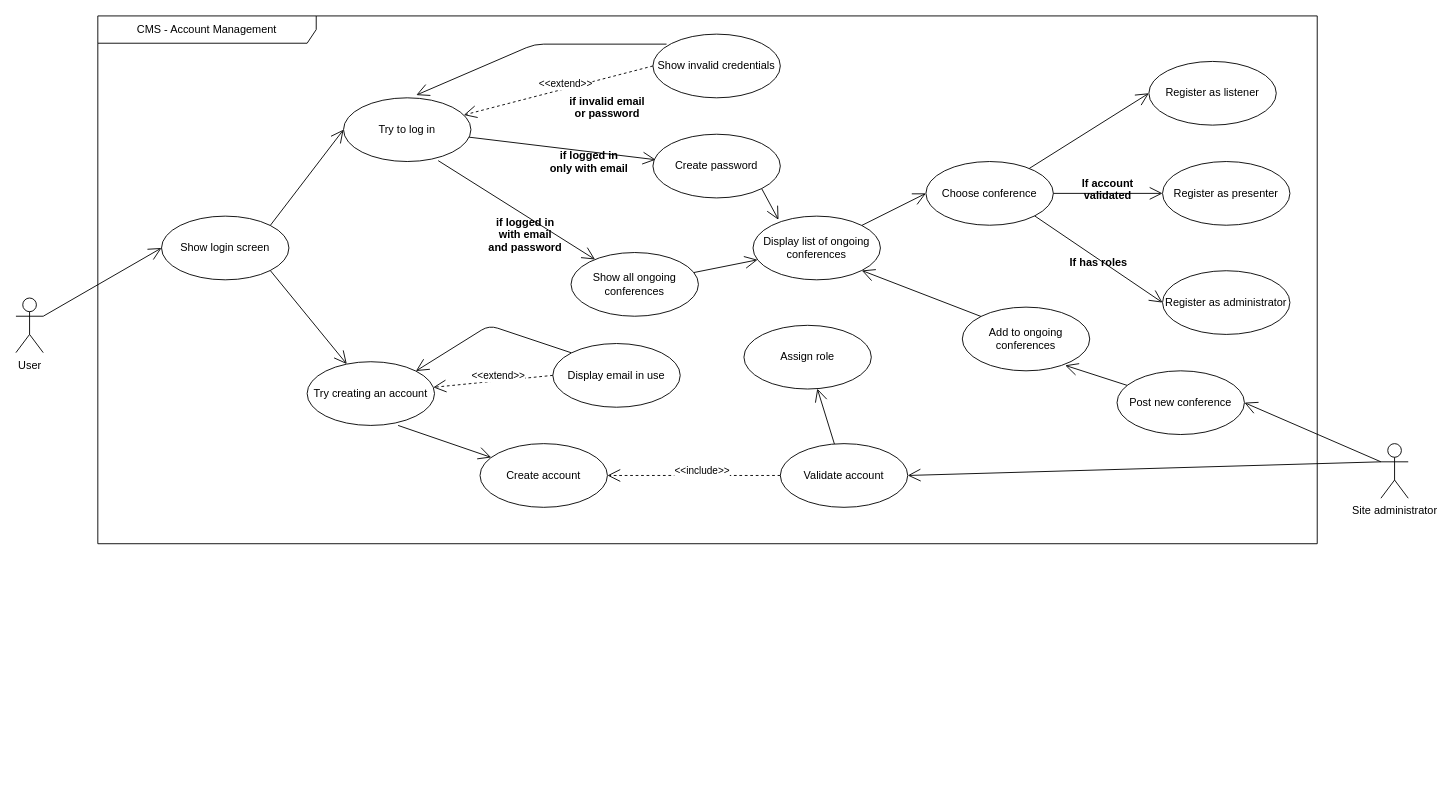
raresica1234/ATAR-SE keeps this draw.io diagram as Documentation/Diagrams/Case/AccountManagementCase.drawio. Above is the earlier version. Source tidied: cells renumbered, new cells numbered last; positions are measured from the earlier drawing's top-left corner, leaving out a move shared by most shapes. Both pictures are drawn from the tidied source at 91%, with x=0, y=0 at pixel (15, 15).
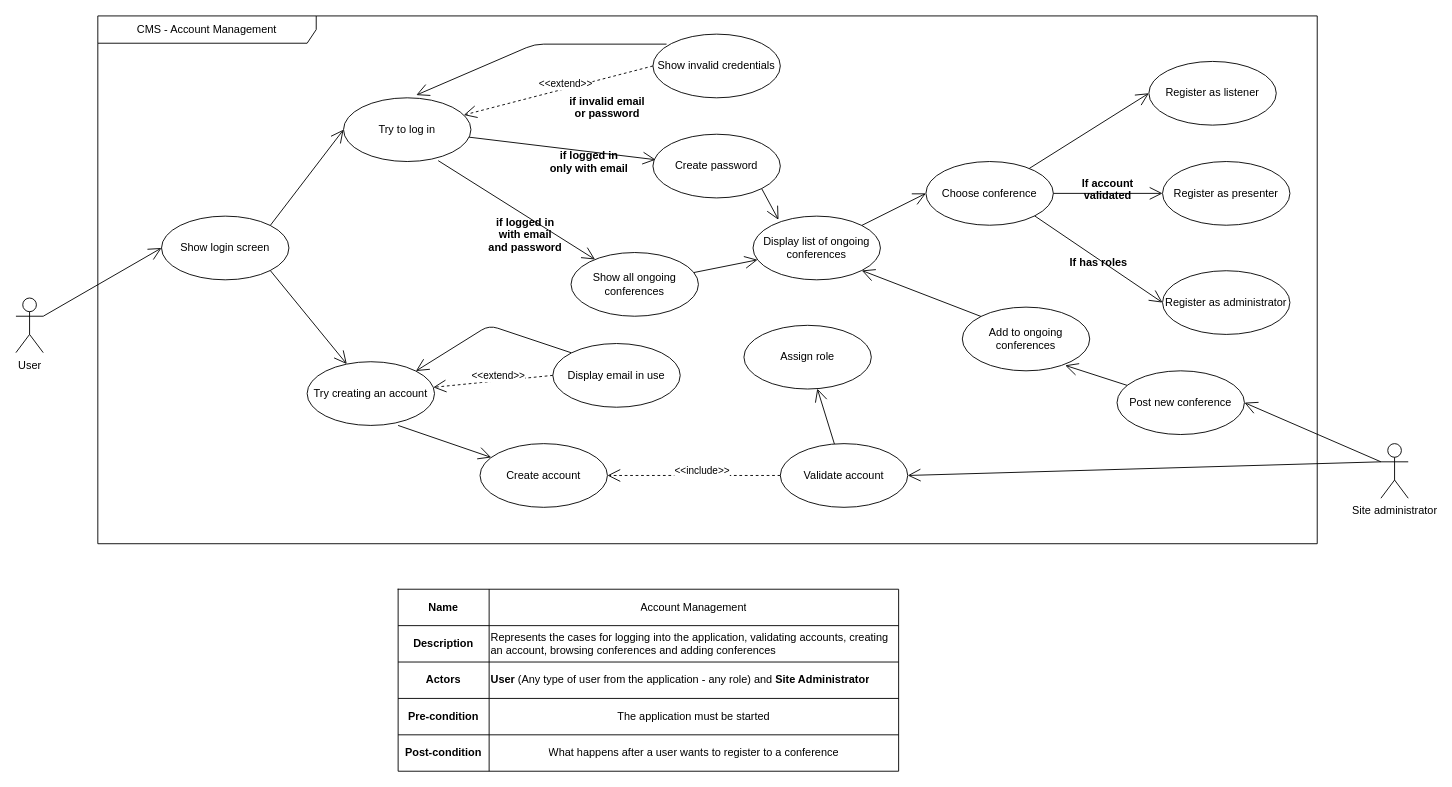
The same page after the edit.

Commit message:
Add use case description

Diff of the diagram source:
```diff
@@
+    <mxCell id="49" style="shape=table;html=1;whiteSpace=wrap;startSize=0;childLayout=tableLayout;" parent="1" vertex="1">
+      <mxGeometry x="420" y="630" width="550" height="200" as="geometry" />
+    </mxCell>
+    <mxCell id="50" style="shape=partialRectangle;html=1;whiteSpace=wrap;fillColor=none;top=0;left=0;bottom=0;right=0;" parent="49" vertex="1">
+      <mxGeometry width="550" height="40" as="geometry" />
+    </mxCell>
+    <mxCell id="51" value="&lt;b&gt;Name&lt;/b&gt;" style="shape=partialRectangle;html=1;whiteSpace=wrap;overflow=hidden;fillColor=none;top=0;left=0;bottom=0;right=0;" parent="50" vertex="1">
+      <mxGeometry width="100" height="40" as="geometry" />
+    </mxCell>
+    <mxCell id="52" value="Account Management" style="shape=partialRectangle;html=1;whiteSpace=wrap;overflow=hidden;fillColor=none;top=0;left=0;bottom=0;right=0;" parent="50" vertex="1">
+      <mxGeometry x="100" width="450" height="40" as="geometry" />
+    </mxCell>
+    <mxCell id="53" style="shape=partialRectangle;html=1;whiteSpace=wrap;fillColor=none;top=0;left=0;bottom=0;right=0;" parent="49" vertex="1">
+      <mxGeometry y="40" width="550" height="40" as="geometry" />
+    </mxCell>
+    <mxCell id="54" value="&lt;b&gt;Description&lt;/b&gt;" style="shape=partialRectangle;html=1;whiteSpace=wrap;overflow=hidden;fillColor=none;top=0;left=0;bottom=0;right=0;" parent="53" vertex="1">
+      <mxGeometry width="100" height="40" as="geometry" />
+    </mxCell>
+    <mxCell id="55" value="Represents the cases for logging into the application, validating accounts, creating an account, browsing conferences and adding conferences" style="shape=partialRectangle;html=1;whiteSpace=wrap;overflow=hidden;fillColor=none;top=0;left=0;bottom=0;right=0;align=left;" parent="53" vertex="1">
+      <mxGeometry x="100" width="450" height="40" as="geometry" />
+    </mxCell>
+    <mxCell id="56" style="shape=partialRectangle;html=1;whiteSpace=wrap;fillColor=none;top=0;left=0;bottom=0;right=0;" parent="49" vertex="1">
+      <mxGeometry y="80" width="550" height="40" as="geometry" />
+    </mxCell>
+    <mxCell id="57" value="&lt;b&gt;Actors&lt;/b&gt;" style="shape=partialRectangle;html=1;whiteSpace=wrap;overflow=hidden;fillColor=none;top=0;left=0;bottom=0;right=0;" parent="56" vertex="1">
+      <mxGeometry width="100" height="40" as="geometry" />
+    </mxCell>
+    <mxCell id="58" value="&lt;b&gt;User&lt;/b&gt; (Any type of user from the application - any role) and &lt;b&gt;Site Administrator&lt;/b&gt;" style="shape=partialRectangle;html=1;whiteSpace=wrap;overflow=hidden;fillColor=none;top=0;left=0;bottom=0;right=0;align=left;" parent="56" vertex="1">
+      <mxGeometry x="100" width="450" height="40" as="geometry" />
+    </mxCell>
+    <mxCell id="59" style="shape=partialRectangle;html=1;whiteSpace=wrap;fillColor=none;top=0;left=0;bottom=0;right=0;" parent="49" vertex="1">
+      <mxGeometry y="120" width="550" height="40" as="geometry" />
+    </mxCell>
+    <mxCell id="60" value="&lt;b&gt;Pre-condition&lt;/b&gt;" style="shape=partialRectangle;html=1;whiteSpace=wrap;overflow=hidden;fillColor=none;top=0;left=0;bottom=0;right=0;" parent="59" vertex="1">
+      <mxGeometry width="100" height="40" as="geometry" />
+    </mxCell>
+    <mxCell id="61" value="The application must be started" style="shape=partialRectangle;html=1;whiteSpace=wrap;overflow=hidden;fillColor=none;top=0;left=0;bottom=0;right=0;" parent="59" vertex="1">
+      <mxGeometry x="100" width="450" height="40" as="geometry" />
+    </mxCell>
+    <mxCell id="62" style="shape=partialRectangle;html=1;whiteSpace=wrap;fillColor=none;top=0;left=0;bottom=0;right=0;" parent="49" vertex="1">
+      <mxGeometry y="160" width="550" height="40" as="geometry" />
+    </mxCell>
+    <mxCell id="63" value="&lt;b&gt;Post-condition&lt;/b&gt;" style="shape=partialRectangle;html=1;whiteSpace=wrap;overflow=hidden;fillColor=none;top=0;left=0;bottom=0;right=0;" parent="62" vertex="1">
+      <mxGeometry width="100" height="40" as="geometry" />
+    </mxCell>
+    <mxCell id="64" value="What happens after a user wants to register to a conference" style="shape=partialRectangle;html=1;whiteSpace=wrap;overflow=hidden;fillColor=none;top=0;left=0;bottom=0;right=0;" parent="62" vertex="1">
+      <mxGeometry x="100" width="450" height="40" as="geometry" />
+    </mxCell>
```
